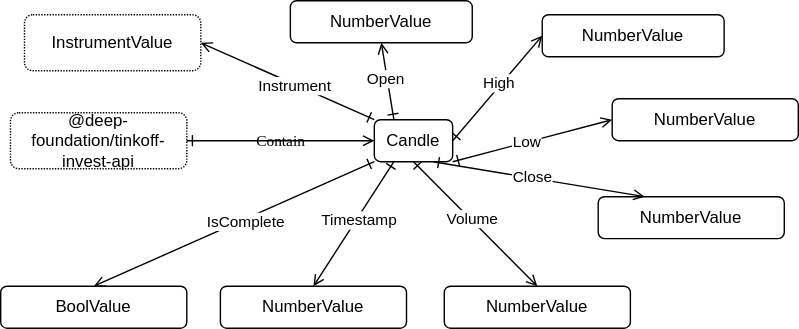
The draw.io diagram src/candle/Candle.drawio.svg in suenot/deep-tinkoff-invest-api, before a commit. Source tidied: cells renumbered, new cells last; positions are measured from the earlier drawing's top-left corner, leaving out a move shared by most shapes.
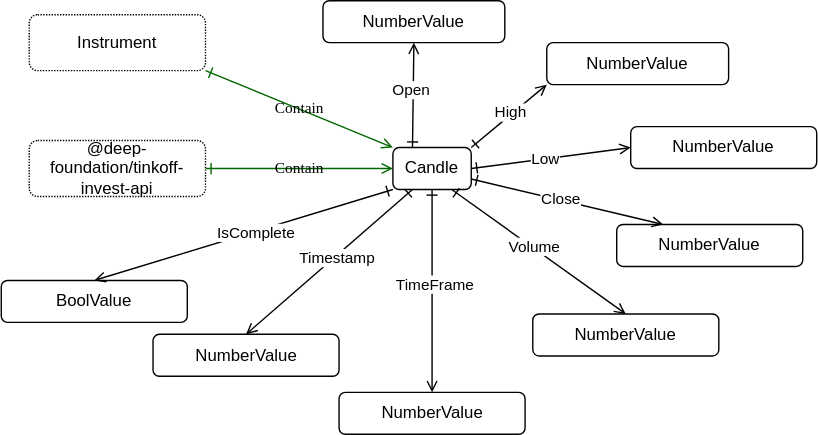
After the change.

What changed in the source:
```diff
@@ -2,7 +2,7 @@
   <root>
     <mxCell id="0" />
     <mxCell id="1" parent="0" />
-    <mxCell id="2" style="edgeStyle=none;html=1;exitX=1;exitY=0.5;exitDx=0;exitDy=0;entryX=0;entryY=0.5;entryDx=0;entryDy=0;startArrow=ERone;startFill=0;endArrow=open;endFill=0;" parent="1" edge="1" source="4" target="5">
+    <mxCell id="2" style="edgeStyle=none;html=1;exitX=1;exitY=0;exitDx=0;exitDy=0;entryX=0;entryY=1;entryDx=0;entryDy=0;startArrow=ERone;startFill=0;endArrow=open;endFill=0;" parent="1" edge="1" source="4" target="5">
       <mxGeometry relative="1" as="geometry" />
     </mxCell>
     <mxCell id="3" value="High" style="edgeLabel;html=1;align=center;verticalAlign=middle;" parent="2" vertex="1">
@@ -12,12 +12,12 @@
       <mxGeometry x="267" y="85" width="56" height="30" as="geometry" />
     </mxCell>
     <mxCell id="5" value="NumberValue" style="rounded=1;whiteSpace=wrap;html=1;labelBackgroundColor=none;" parent="1" vertex="1">
-      <mxGeometry x="387" y="10" width="130" height="30" as="geometry" />
+      <mxGeometry x="377" y="10" width="130" height="30" as="geometry" />
     </mxCell>
-    <mxCell id="6" value="InstrumentValue" style="rounded=1;whiteSpace=wrap;html=1;labelBackgroundColor=none;dashed=1;dashPattern=1 1;" parent="1" vertex="1">
-      <mxGeometry x="17" y="10" width="126" height="40" as="geometry" />
+    <mxCell id="6" value="Instrument" style="rounded=1;whiteSpace=wrap;html=1;labelBackgroundColor=none;dashed=1;dashPattern=1 1;" parent="1" vertex="1">
+      <mxGeometry x="7" y="-10" width="126" height="40" as="geometry" />
     </mxCell>
-    <mxCell id="7" style="edgeStyle=none;html=1;exitX=1;exitY=1;exitDx=0;exitDy=0;startArrow=ERone;startFill=0;entryX=0;entryY=0.5;entryDx=0;entryDy=0;endArrow=open;endFill=0;" parent="1" edge="1" source="4" target="9">
+    <mxCell id="7" style="edgeStyle=none;html=1;exitX=1;exitY=0.5;exitDx=0;exitDy=0;startArrow=ERone;startFill=0;entryX=0;entryY=0.5;entryDx=0;entryDy=0;endArrow=open;endFill=0;" parent="1" edge="1" source="4" target="9">
       <mxGeometry relative="1" as="geometry" />
     </mxCell>
     <mxCell id="8" value="Low" style="edgeLabel;html=1;align=center;verticalAlign=middle;" parent="7" vertex="1">
@@ -29,16 +29,16 @@
     <mxCell id="10" value="NumberValue" style="rounded=1;whiteSpace=wrap;html=1;labelBackgroundColor=none;" parent="1" vertex="1">
       <mxGeometry x="427" y="140" width="133" height="30" as="geometry" />
     </mxCell>
-    <mxCell id="11" style="edgeStyle=none;html=1;exitX=0.75;exitY=1;exitDx=0;exitDy=0;startArrow=ERone;startFill=0;entryX=0.25;entryY=0;entryDx=0;entryDy=0;endArrow=open;endFill=0;" parent="1" edge="1" source="4" target="10">
+    <mxCell id="11" style="edgeStyle=none;html=1;exitX=1;exitY=0.75;exitDx=0;exitDy=0;startArrow=ERone;startFill=0;entryX=0.25;entryY=0;entryDx=0;entryDy=0;endArrow=open;endFill=0;" parent="1" edge="1" source="4" target="10">
       <mxGeometry relative="1" as="geometry" />
     </mxCell>
     <mxCell id="12" value="Close" style="edgeLabel;html=1;align=center;verticalAlign=middle;" parent="11" vertex="1">
       <mxGeometry x="-0.07" y="1" relative="1" as="geometry" />
     </mxCell>
     <mxCell id="13" value="NumberValue" style="rounded=1;whiteSpace=wrap;html=1;labelBackgroundColor=none;" parent="1" vertex="1">
-      <mxGeometry x="317" y="204" width="133" height="30" as="geometry" />
+      <mxGeometry x="367" y="204" width="133" height="30" as="geometry" />
     </mxCell>
-    <mxCell id="14" style="edgeStyle=none;html=1;exitX=0.5;exitY=1;exitDx=0;exitDy=0;startArrow=ERone;startFill=0;entryX=0.5;entryY=0;entryDx=0;entryDy=0;endArrow=open;endFill=0;" parent="1" edge="1" source="4" target="13">
+    <mxCell id="14" style="edgeStyle=none;html=1;startArrow=ERone;startFill=0;entryX=0.5;entryY=0;entryDx=0;entryDy=0;endArrow=open;endFill=0;exitX=0.75;exitY=1;exitDx=0;exitDy=0;" parent="1" edge="1" source="4" target="13">
       <mxGeometry relative="1" as="geometry" />
     </mxCell>
     <mxCell id="15" value="Volume" style="edgeLabel;html=1;align=center;verticalAlign=middle;" parent="14" vertex="1">
@@ -51,10 +51,10 @@
       <mxGeometry x="0.08" y="2" relative="1" as="geometry" />
     </mxCell>
     <mxCell id="18" value="NumberValue" style="rounded=1;whiteSpace=wrap;html=1;labelBackgroundColor=none;" parent="1" vertex="1">
-      <mxGeometry x="207" width="130" height="30" as="geometry" />
+      <mxGeometry x="217" y="-20" width="130" height="30" as="geometry" />
     </mxCell>
     <mxCell id="19" value="NumberValue" style="rounded=1;whiteSpace=wrap;html=1;labelBackgroundColor=none;" parent="1" vertex="1">
-      <mxGeometry x="157" y="204" width="133" height="30" as="geometry" />
+      <mxGeometry x="95.5" y="218.5" width="133" height="30" as="geometry" />
     </mxCell>
     <mxCell id="20" style="edgeStyle=none;html=1;exitX=0.25;exitY=1;exitDx=0;exitDy=0;startArrow=ERone;startFill=0;entryX=0.5;entryY=0;entryDx=0;entryDy=0;endArrow=open;endFill=0;" parent="1" edge="1" source="4" target="19">
       <mxGeometry relative="1" as="geometry" />
@@ -63,7 +63,7 @@
       <mxGeometry x="-0.07" y="1" relative="1" as="geometry" />
     </mxCell>
     <mxCell id="22" value="BoolValue" style="rounded=1;whiteSpace=wrap;html=1;labelBackgroundColor=none;" parent="1" vertex="1">
-      <mxGeometry y="204" width="133" height="30" as="geometry" />
+      <mxGeometry x="-13" y="180" width="133" height="30" as="geometry" />
     </mxCell>
     <mxCell id="23" style="edgeStyle=none;html=1;exitX=0;exitY=1;exitDx=0;exitDy=0;startArrow=ERone;startFill=0;entryX=0.5;entryY=0;entryDx=0;entryDy=0;endArrow=open;endFill=0;" parent="1" edge="1" source="4" target="22">
       <mxGeometry relative="1" as="geometry" />
@@ -71,17 +71,23 @@
     <mxCell id="24" value="IsComplete" style="edgeLabel;html=1;align=center;verticalAlign=middle;" parent="23" vertex="1">
       <mxGeometry x="-0.07" y="1" relative="1" as="geometry" />
     </mxCell>
-    <mxCell id="25" style="edgeStyle=none;html=1;exitX=0;exitY=0;exitDx=0;exitDy=0;startArrow=ERone;startFill=0;entryX=1;entryY=0.5;entryDx=0;entryDy=0;endArrow=open;endFill=0;" parent="1" edge="1" source="4" target="6">
-      <mxGeometry relative="1" as="geometry" />
-    </mxCell>
-    <mxCell id="26" value="Instrument" style="edgeLabel;html=1;align=center;verticalAlign=middle;" parent="25" vertex="1">
-      <mxGeometry x="-0.07" y="1" relative="1" as="geometry" />
-    </mxCell>
     <mxCell id="27" value="@deep-foundation/tinkoff-invest-api" style="rounded=1;whiteSpace=wrap;html=1;labelBackgroundColor=none;dashed=1;dashPattern=1 1;" parent="1" vertex="1">
       <mxGeometry x="7" y="80" width="126" height="40" as="geometry" />
     </mxCell>
-    <mxCell id="28" value="Contain" style="jettySize=auto;html=1;shadow=0;labelBackgroundColor=none;startArrow=ERone;startFill=0;endArrow=open;endFill=0;fontColor=#000000;fontFamily=Comic Sans MS;entryX=0;entryY=0.5;entryDx=0;entryDy=0;exitX=1;exitY=0.5;exitDx=0;exitDy=0;" parent="1" edge="1" source="27" target="4">
+    <mxCell id="28" value="Contain" style="jettySize=auto;html=1;shadow=0;labelBackgroundColor=none;startArrow=ERone;startFill=0;endArrow=open;endFill=0;fontColor=#000000;fontFamily=Comic Sans MS;entryX=0;entryY=0.5;entryDx=0;entryDy=0;exitX=1;exitY=0.5;exitDx=0;exitDy=0;strokeColor=#006600;" parent="1" edge="1" source="27" target="4">
       <mxGeometry relative="1" as="geometry" />
     </mxCell>
+    <mxCell id="29" value="NumberValue" style="rounded=1;whiteSpace=wrap;html=1;labelBackgroundColor=none;" parent="1" vertex="1">
+      <mxGeometry x="228.5" y="260" width="133" height="30" as="geometry" />
+    </mxCell>
+    <mxCell id="30" style="edgeStyle=none;html=1;startArrow=ERone;startFill=0;entryX=0.5;entryY=0;entryDx=0;entryDy=0;endArrow=open;endFill=0;exitX=0.5;exitY=1;exitDx=0;exitDy=0;" parent="1" edge="1" source="4" target="29">
+      <mxGeometry relative="1" as="geometry" />
+    </mxCell>
+    <mxCell id="31" value="TimeFrame" style="edgeLabel;html=1;align=center;verticalAlign=middle;" parent="30" vertex="1">
+      <mxGeometry x="-0.07" y="1" relative="1" as="geometry" />
+    </mxCell>
+    <mxCell id="32" value="Contain" style="jettySize=auto;html=1;shadow=0;labelBackgroundColor=none;startArrow=ERone;startFill=0;endArrow=open;endFill=0;fontColor=#000000;fontFamily=Comic Sans MS;entryX=0;entryY=0;entryDx=0;entryDy=0;exitX=1;exitY=1;exitDx=0;exitDy=0;strokeColor=#006600;" parent="1" edge="1" source="6" target="4">
+      <mxGeometry relative="1" as="geometry" />
+    </mxCell>
   </root>
 </mxGraphModel>
```
